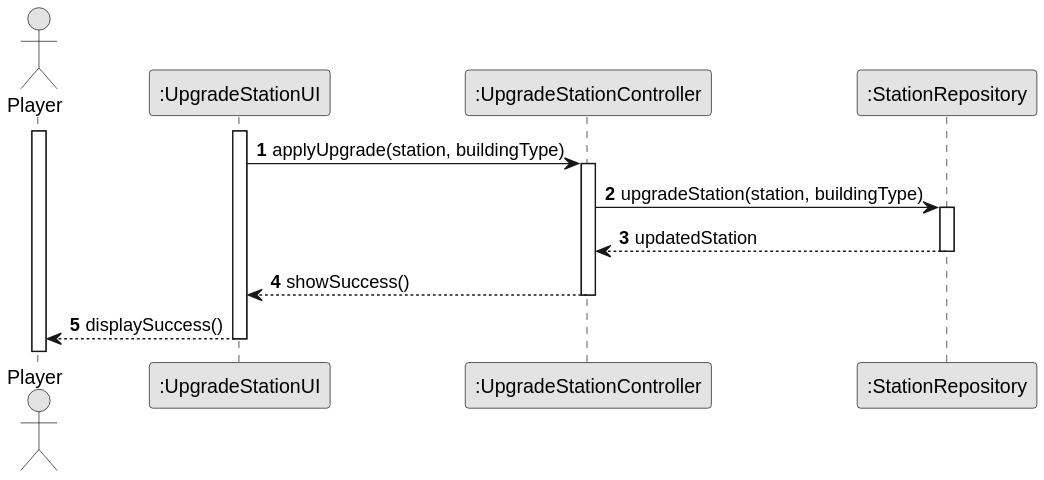
Earlier version of the PlantUML export docs/system-documentation/US006/03.design/svg/US006-SD-applyAndSuccess.svg (goncalolopesp/sem2-pi-24.25-g093-repo).
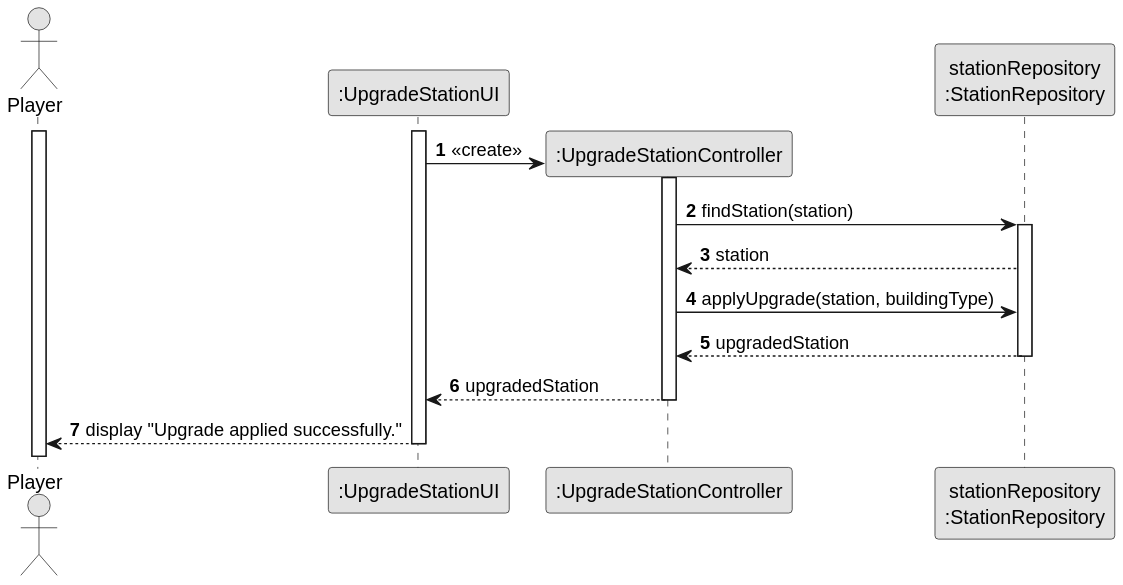
After the commit.

The edit, as a diff of the source:
```diff
@@ -5,23 +5,27 @@
 autonumber
 
 actor "Player" as Player
-participant ":UpgradeStationUI" as UpgradeUI
-participant ":UpgradeStationController" as Controller
-participant ":StationRepository" as StationRepo
+participant ":UpgradeStationUI" as UpgradeStationUI
+
 
 activate Player
-activate UpgradeUI
-UpgradeUI -> Controller: applyUpgrade(station, buildingType)
-activate Controller
+activate UpgradeStationUI
+create ":UpgradeStationController" as UpgradeStationController
+UpgradeStationUI -> UpgradeStationController : «create»
+activate UpgradeStationController
+participant "stationRepository\n:StationRepository" as stationRepository
+UpgradeStationController -> stationRepository : findStation(station)
+activate stationRepository
+stationRepository --> UpgradeStationController : station
 
-Controller -> StationRepo: upgradeStation(station, buildingType)
-activate StationRepo
-StationRepo --> Controller: updatedStation
-deactivate StationRepo
 
-Controller --> UpgradeUI: showSuccess()
-deactivate Controller
+UpgradeStationController -> stationRepository : applyUpgrade(station, buildingType)
+stationRepository --> UpgradeStationController : upgradedStation
+deactivate stationRepository
 
-UpgradeUI --> Player: displaySuccess()
-deactivate UpgradeUI
+UpgradeStationController --> UpgradeStationUI : upgradedStation
+deactivate UpgradeStationController
+
+UpgradeStationUI --> Player : display "Upgrade applied successfully."
+deactivate UpgradeStationUI
 @enduml
```
